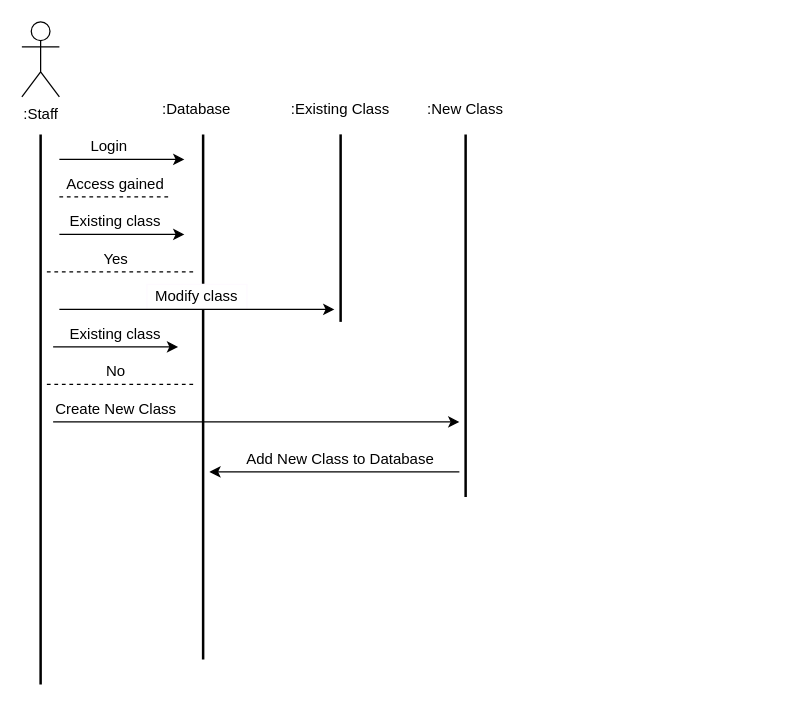
The draw.io diagram sequence_diagram.drawio in BrandonLombard/OOAD-SNHU, before the edit. Source tidied: cells renumbered, new cells numbered last; positions are measured from the earlier drawing's top-left corner, leaving out a move shared by most shapes. Both pictures are drawn from the tidied source at 125%, with x=0, y=0 at pixel (21, 21).
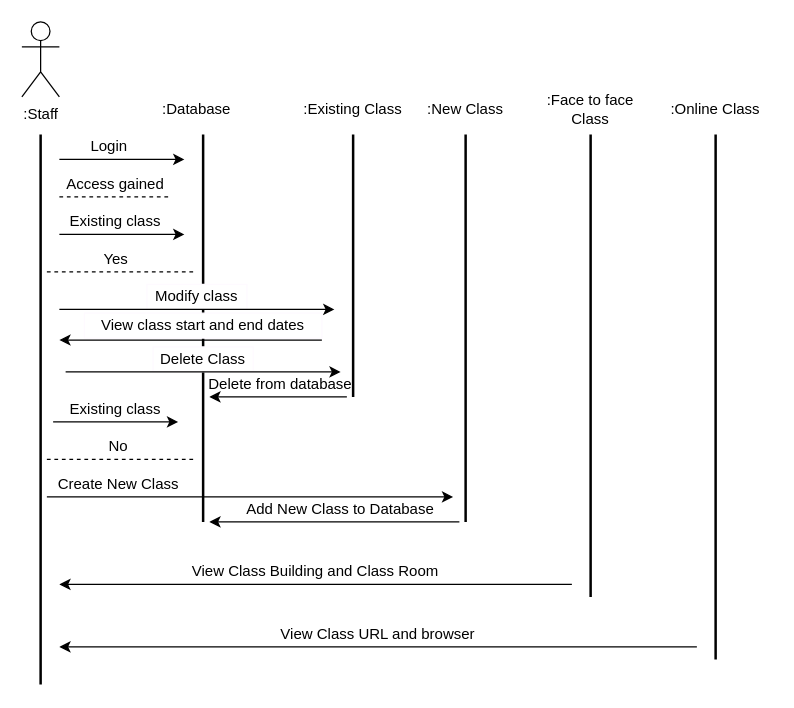
The same diagram, later.

Diff of the diagram source:
```diff
@@
     <mxCell id="2" style="line;strokeWidth=2;direction=south;html=1;" parent="1" vertex="1">
-      <mxGeometry x="140" y="90" width="10" height="420" as="geometry" />
+      <mxGeometry x="140" y="90" width="10" height="310" as="geometry" />
     </mxCell>
@@
     <mxCell id="14" style="endArrow=classic;html=1;" parent="1" edge="1">
       <mxGeometry relative="1" as="geometry">
-        <mxPoint x="25" y="260" as="sourcePoint" />
-        <mxPoint x="125" y="260" as="targetPoint" />
+        <mxPoint x="25" y="320" as="sourcePoint" />
+        <mxPoint x="125" y="320" as="targetPoint" />
       </mxGeometry>
     </mxCell>
     <mxCell id="15" value="Existing class" style="text;html=1;strokeColor=none;fillColor=none;align=center;verticalAlign=middle;whiteSpace=wrap;rounded=0;" parent="1" vertex="1">
-      <mxGeometry x="35" y="240" width="80" height="20" as="geometry" />
+      <mxGeometry x="35" y="300" width="80" height="20" as="geometry" />
     </mxCell>
     <mxCell id="16" style="endArrow=none;dashed=1;html=1;" parent="1" edge="1">
       <mxGeometry relative="1" as="geometry">
-        <mxPoint x="20" y="290" as="sourcePoint" />
-        <mxPoint x="140" y="290" as="targetPoint" />
+        <mxPoint x="20" y="350" as="sourcePoint" />
+        <mxPoint x="140" y="350" as="targetPoint" />
       </mxGeometry>
     </mxCell>
     <mxCell id="17" value="No" style="text;html=1;strokeColor=none;fillColor=none;align=center;verticalAlign=middle;whiteSpace=wrap;rounded=0;" parent="1" vertex="1">
-      <mxGeometry x="47.5" y="270" width="55" height="20" as="geometry" />
+      <mxGeometry x="50" y="330" width="55" height="20" as="geometry" />
     </mxCell>
     <mxCell id="18" style="endArrow=classic;html=1;" parent="1" edge="1">
       <mxGeometry relative="1" as="geometry">
-        <mxPoint x="25" y="320" as="sourcePoint" />
-        <mxPoint x="350" y="320" as="targetPoint" />
+        <mxPoint x="20" y="380" as="sourcePoint" />
+        <mxPoint x="345" y="380" as="targetPoint" />
       </mxGeometry>
     </mxCell>
     <mxCell id="19" value="Create New Class" style="text;html=1;strokeColor=none;fillColor=none;align=center;verticalAlign=middle;whiteSpace=wrap;rounded=0;" parent="1" vertex="1">
-      <mxGeometry x="22.5" y="300" width="105" height="20" as="geometry" />
+      <mxGeometry x="25" y="360" width="105" height="20" as="geometry" />
     </mxCell>
@@
     <mxCell id="21" style="line;strokeWidth=2;direction=south;html=1;" parent="1" vertex="1">
-      <mxGeometry x="250" y="90" width="10" height="150" as="geometry" />
+      <mxGeometry x="260" y="90" width="10" height="210" as="geometry" />
     </mxCell>
@@
     <mxCell id="23" value=":Existing Class" style="text;html=1;strokeColor=none;fillColor=none;align=center;verticalAlign=middle;whiteSpace=wrap;rounded=0;" parent="1" vertex="1">
-      <mxGeometry x="210" y="60" width="90" height="20" as="geometry" />
+      <mxGeometry x="220" y="60" width="90" height="20" as="geometry" />
     </mxCell>
     <mxCell id="24" style="line;strokeWidth=2;direction=south;html=1;" parent="1" vertex="1">
-      <mxGeometry x="350" y="90" width="10" height="290" as="geometry" />
+      <mxGeometry x="350" y="90" width="10" height="310" as="geometry" />
     </mxCell>
@@
     <mxCell id="26" value="Add New Class to Database" style="text;html=1;strokeColor=none;fillColor=none;align=center;verticalAlign=middle;whiteSpace=wrap;rounded=0;" parent="1" vertex="1">
-      <mxGeometry x="175" y="340" width="160" height="20" as="geometry" />
+      <mxGeometry x="175" y="380" width="160" height="20" as="geometry" />
     </mxCell>
     <mxCell id="27" style="endArrow=classic;html=1;" parent="1" edge="1">
       <mxGeometry relative="1" as="geometry">
-        <mxPoint x="350" y="360" as="sourcePoint" />
-        <mxPoint x="150" y="360" as="targetPoint" />
+        <mxPoint x="350" y="400" as="sourcePoint" />
+        <mxPoint x="150" y="400" as="targetPoint" />
       </mxGeometry>
     </mxCell>
+    <mxCell id="28" style="line;strokeWidth=2;direction=south;html=1;" parent="1" vertex="1">
+      <mxGeometry x="450" y="90" width="10" height="370" as="geometry" />
+    </mxCell>
+    <mxCell id="29" value=":Face to face Class" style="text;html=1;strokeColor=none;fillColor=none;align=center;verticalAlign=middle;whiteSpace=wrap;rounded=0;" parent="1" vertex="1">
+      <mxGeometry x="410" y="60" width="90" height="20" as="geometry" />
+    </mxCell>
+    <mxCell id="30" style="line;strokeWidth=2;direction=south;html=1;" parent="1" vertex="1">
+      <mxGeometry x="550" y="90" width="10" height="420" as="geometry" />
+    </mxCell>
+    <mxCell id="31" value=":Online Class" style="text;html=1;strokeColor=none;fillColor=none;align=center;verticalAlign=middle;whiteSpace=wrap;rounded=0;" parent="1" vertex="1">
+      <mxGeometry x="510" y="60" width="90" height="20" as="geometry" />
+    </mxCell>
+    <mxCell id="32" value="View Class Building and Class Room" style="text;html=1;strokeColor=none;fillColor=none;align=center;verticalAlign=middle;whiteSpace=wrap;rounded=0;" parent="1" vertex="1">
+      <mxGeometry x="90" y="430" width="290" height="20" as="geometry" />
+    </mxCell>
+    <mxCell id="33" style="endArrow=classic;html=1;" parent="1" edge="1">
+      <mxGeometry relative="1" as="geometry">
+        <mxPoint x="440" y="450" as="sourcePoint" />
+        <mxPoint x="30" y="450" as="targetPoint" />
+      </mxGeometry>
+    </mxCell>
+    <mxCell id="34" value="View Class URL and browser" style="text;html=1;strokeColor=none;fillColor=none;align=center;verticalAlign=middle;whiteSpace=wrap;rounded=0;" parent="1" vertex="1">
+      <mxGeometry x="140" y="480" width="290" height="20" as="geometry" />
+    </mxCell>
+    <mxCell id="35" style="endArrow=classic;html=1;" parent="1" edge="1">
+      <mxGeometry relative="1" as="geometry">
+        <mxPoint x="540" y="500" as="sourcePoint" />
+        <mxPoint x="30" y="500" as="targetPoint" />
+      </mxGeometry>
+    </mxCell>
+    <mxCell id="36" style="endArrow=classic;html=1;" parent="1" edge="1">
+      <mxGeometry relative="1" as="geometry">
+        <mxPoint x="240" y="254.5" as="sourcePoint" />
+        <mxPoint x="30" y="254.5" as="targetPoint" />
+      </mxGeometry>
+    </mxCell>
+    <mxCell id="37" value="View class start and end dates" style="text;html=1;strokeColor=#FEFAFF;fillColor=#FFFFFF;align=center;verticalAlign=middle;whiteSpace=wrap;rounded=0;background-color: white;" parent="1" vertex="1">
+      <mxGeometry x="50" y="233" width="190" height="20" as="geometry" />
+    </mxCell>
+    <mxCell id="38" value="Delete Class" style="text;html=1;strokeColor=#FEFAFF;fillColor=#FFFFFF;align=center;verticalAlign=middle;whiteSpace=wrap;rounded=0;background-color: white;" parent="1" vertex="1">
+      <mxGeometry x="105" y="260" width="80" height="20" as="geometry" />
+    </mxCell>
+    <mxCell id="39" style="endArrow=classic;html=1;" parent="1" edge="1">
+      <mxGeometry relative="1" as="geometry">
+        <mxPoint x="35" y="280" as="sourcePoint" />
+        <mxPoint x="255" y="280" as="targetPoint" />
+      </mxGeometry>
+    </mxCell>
+    <mxCell id="40" value="Delete from database" style="text;html=1;strokeColor=none;fillColor=none;align=center;verticalAlign=middle;whiteSpace=wrap;rounded=0;" parent="1" vertex="1">
+      <mxGeometry x="127" y="280" width="160" height="20" as="geometry" />
+    </mxCell>
+    <mxCell id="41" style="endArrow=classic;html=1;" parent="1" edge="1">
+      <mxGeometry relative="1" as="geometry">
+        <mxPoint x="260" y="300" as="sourcePoint" />
+        <mxPoint x="150" y="300" as="targetPoint" />
+      </mxGeometry>
+    </mxCell>
```
